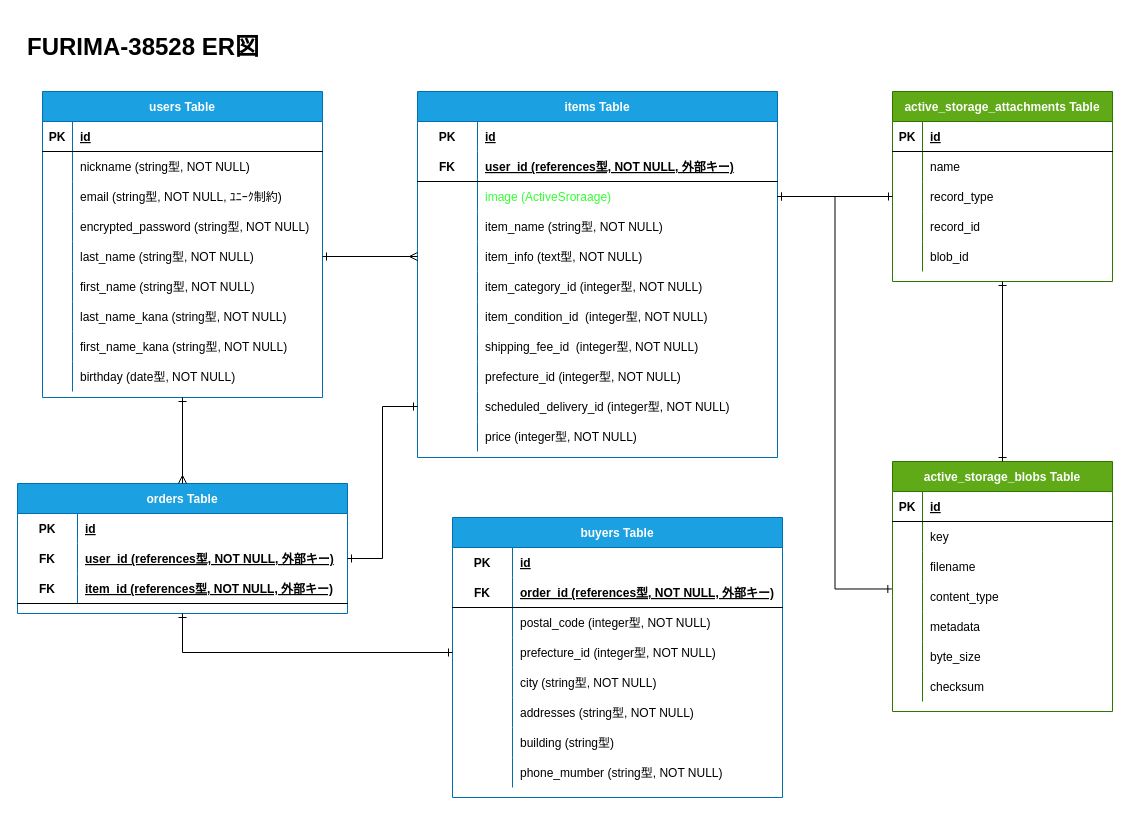
kumapachi/furima-38528 keeps this draw.io diagram as furima-38528-ER.dio. Above is the earlier version. Source tidied: cells renumbered, new cells numbered last; positions are measured from the earlier drawing's top-left corner, leaving out a move shared by most shapes. Both pictures are drawn from the tidied source at 100%, with x=0, y=0 at pixel (17, 27).
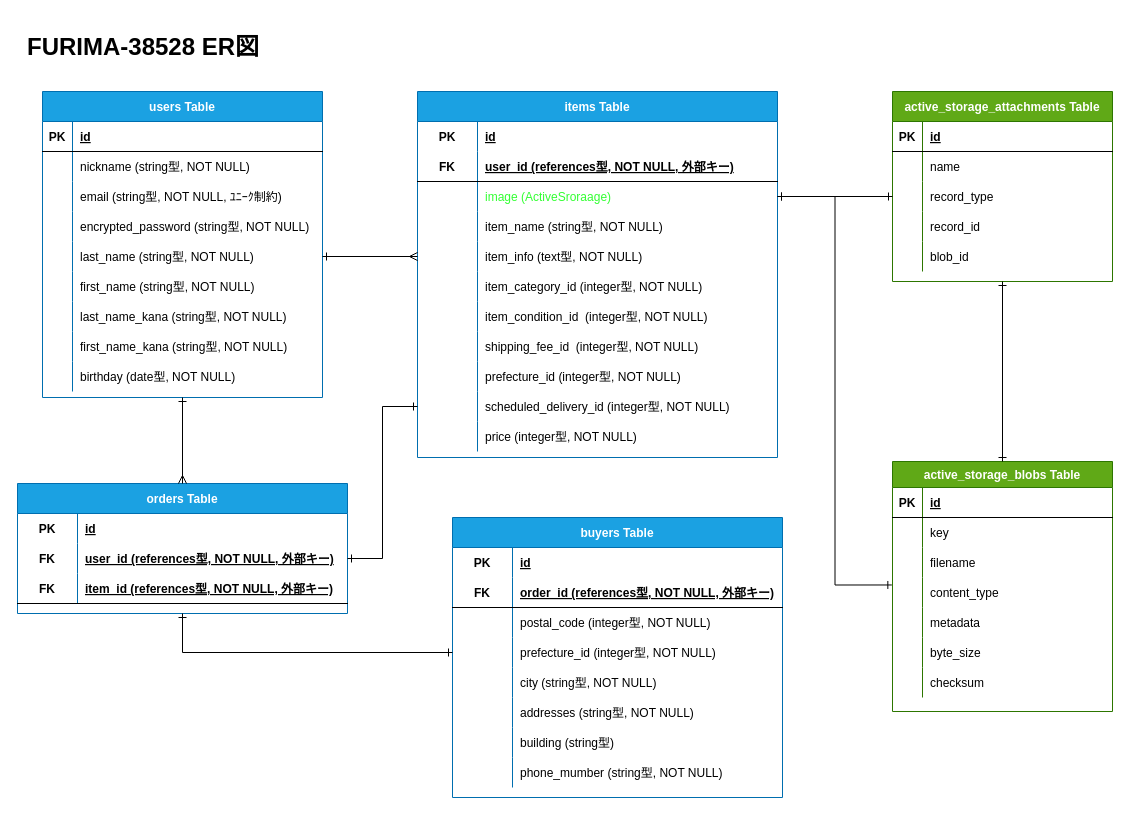
The same diagram, later.

The edit, as a diff of the source:
```diff
@@
-    <mxCell id="119" value="active_storage_blobs Table" style="shape=table;startSize=30;childLayout=tableLayout;rowLines=0;fontStyle=1;align=center;swimlaneFillColor=none;fillColor=#60a917;fontColor=#ffffff;strokeColor=#2D7600;" parent="1" vertex="1">
+    <mxCell id="119" value="active_storage_blobs Table" style="shape=table;startSize=26;childLayout=tableLayout;rowLines=0;fontStyle=1;align=center;swimlaneFillColor=none;fillColor=#60a917;fontColor=#ffffff;strokeColor=#2D7600;" parent="1" vertex="1">
       <mxGeometry x="875" y="434" width="220" height="250" as="geometry" />
     </mxCell>
     <mxCell id="120" style="shape=partialRectangle;fillColor=none;top=0;left=0;bottom=1;right=0;" parent="119" vertex="1">
-      <mxGeometry y="30" width="220" height="30" as="geometry" />
+      <mxGeometry y="26" width="220" height="30" as="geometry" />
     </mxCell>
@@
     <mxCell id="123" style="shape=partialRectangle;fillColor=none;top=0;left=0;bottom=0;right=0;" parent="119" vertex="1">
-      <mxGeometry y="60" width="220" height="30" as="geometry" />
+      <mxGeometry y="56" width="220" height="30" as="geometry" />
     </mxCell>
@@
     <mxCell id="126" style="shape=partialRectangle;fillColor=none;top=0;left=0;bottom=0;right=0;" parent="119" vertex="1">
-      <mxGeometry y="90" width="220" height="30" as="geometry" />
+      <mxGeometry y="86" width="220" height="30" as="geometry" />
     </mxCell>
@@
     <mxCell id="129" style="shape=partialRectangle;fillColor=none;top=0;left=0;bottom=0;right=0;points=[[0,0.5],[1,0.5]];portConstraint=eastwest;" parent="119" vertex="1">
-      <mxGeometry y="120" width="220" height="30" as="geometry" />
+      <mxGeometry y="116" width="220" height="30" as="geometry" />
     </mxCell>
@@
     <mxCell id="132" style="shape=partialRectangle;fillColor=none;top=0;left=0;bottom=0;right=0;" parent="119" vertex="1">
-      <mxGeometry y="150" width="220" height="30" as="geometry" />
+      <mxGeometry y="146" width="220" height="30" as="geometry" />
     </mxCell>
@@
     <mxCell id="135" style="shape=partialRectangle;fillColor=none;top=0;left=0;bottom=0;right=0;" parent="119" vertex="1">
-      <mxGeometry y="180" width="220" height="30" as="geometry" />
+      <mxGeometry y="176" width="220" height="30" as="geometry" />
     </mxCell>
@@
     <mxCell id="138" style="shape=partialRectangle;fillColor=none;top=0;left=0;bottom=0;right=0;" parent="119" vertex="1">
-      <mxGeometry y="210" width="220" height="30" as="geometry" />
+      <mxGeometry y="206" width="220" height="30" as="geometry" />
     </mxCell>
```
